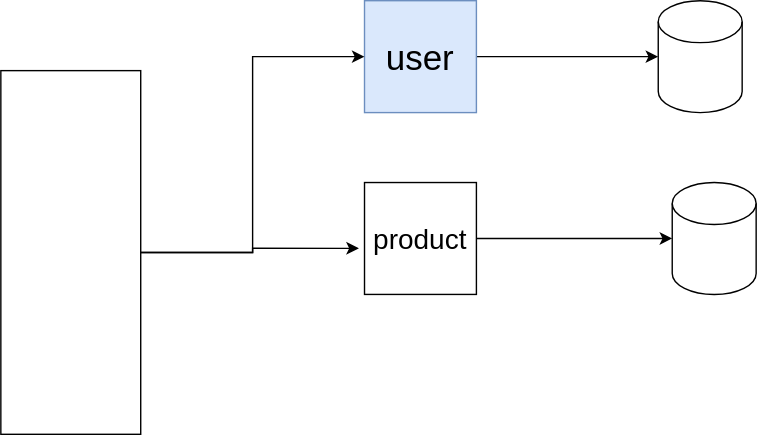
Earlier version of the draw.io export microservice.drawio.svg (shubham-yadavv/server). Source tidied: cells renumbered, new cells last; positions are measured from the earlier drawing's top-left corner, leaving out a move shared by most shapes. Source of this version:
```xml
<mxGraphModel>
  <root>
    <mxCell id="0" />
    <mxCell id="1" parent="0" />
    <mxCell id="2" style="edgeStyle=orthogonalEdgeStyle;rounded=0;jettySize=auto;html=1;entryX=0;entryY=0.5;entryDx=0;entryDy=0;entryPerimeter=0;fontSize=20;" parent="1" edge="1" source="3" target="7">
      <mxGeometry relative="1" as="geometry" />
    </mxCell>
    <mxCell id="3" value="&lt;font style=&quot;font-size: 20px;&quot;&gt;product&lt;/font&gt;" style="whiteSpace=wrap;html=1;" parent="1" vertex="1">
      <mxGeometry x="260" y="130" width="80" height="80" as="geometry" />
    </mxCell>
    <mxCell id="4" style="edgeStyle=orthogonalEdgeStyle;rounded=0;jettySize=auto;html=1;entryX=0;entryY=0.5;entryDx=0;entryDy=0;entryPerimeter=0;fontSize=20;" parent="1" edge="1" source="5" target="6">
      <mxGeometry relative="1" as="geometry" />
    </mxCell>
    <mxCell id="5" value="&lt;font style=&quot;font-size: 25px;&quot;&gt;user&lt;/font&gt;" style="whiteSpace=wrap;html=1;fillColor=#dae8fc;strokeColor=#6c8ebf;" parent="1" vertex="1">
      <mxGeometry x="260" width="80" height="80" as="geometry" />
    </mxCell>
    <mxCell id="6" style="shape=cylinder3;whiteSpace=wrap;html=1;boundedLbl=1;backgroundOutline=1;size=15;fontSize=20;" parent="1" vertex="1">
      <mxGeometry x="470" width="60" height="80" as="geometry" />
    </mxCell>
    <mxCell id="7" style="shape=cylinder3;whiteSpace=wrap;html=1;boundedLbl=1;backgroundOutline=1;size=15;fontSize=20;" parent="1" vertex="1">
      <mxGeometry x="480" y="130" width="60" height="80" as="geometry" />
    </mxCell>
    <mxCell id="8" style="edgeStyle=orthogonalEdgeStyle;rounded=0;jettySize=auto;html=1;entryX=0;entryY=0.5;entryDx=0;entryDy=0;fontSize=20;" parent="1" edge="1" source="10" target="5">
      <mxGeometry relative="1" as="geometry" />
    </mxCell>
    <mxCell id="9" style="edgeStyle=orthogonalEdgeStyle;rounded=0;jettySize=auto;html=1;entryX=-0.05;entryY=0.588;entryDx=0;entryDy=0;entryPerimeter=0;fontSize=20;" parent="1" edge="1" source="10" target="3">
      <mxGeometry relative="1" as="geometry" />
    </mxCell>
    <mxCell id="10" style="rounded=0;whiteSpace=wrap;html=1;fontSize=20;" parent="1" vertex="1">
      <mxGeometry y="50" width="100" height="260" as="geometry" />
    </mxCell>
  </root>
</mxGraphModel>
```
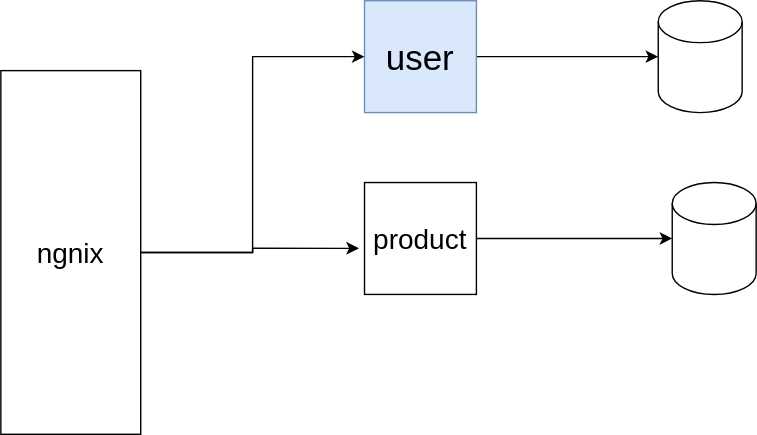
Later version of the same file.

What changed in the source:
```diff
@@ -26,7 +26,7 @@
     <mxCell id="9" style="edgeStyle=orthogonalEdgeStyle;rounded=0;jettySize=auto;html=1;entryX=-0.05;entryY=0.588;entryDx=0;entryDy=0;entryPerimeter=0;fontSize=20;" parent="1" edge="1" source="10" target="3">
       <mxGeometry relative="1" as="geometry" />
     </mxCell>
-    <mxCell id="10" style="rounded=0;whiteSpace=wrap;html=1;fontSize=20;" parent="1" vertex="1">
+    <mxCell id="10" value="ngnix" style="rounded=0;whiteSpace=wrap;html=1;fontSize=20;" parent="1" vertex="1">
       <mxGeometry y="50" width="100" height="260" as="geometry" />
     </mxCell>
   </root>
```
